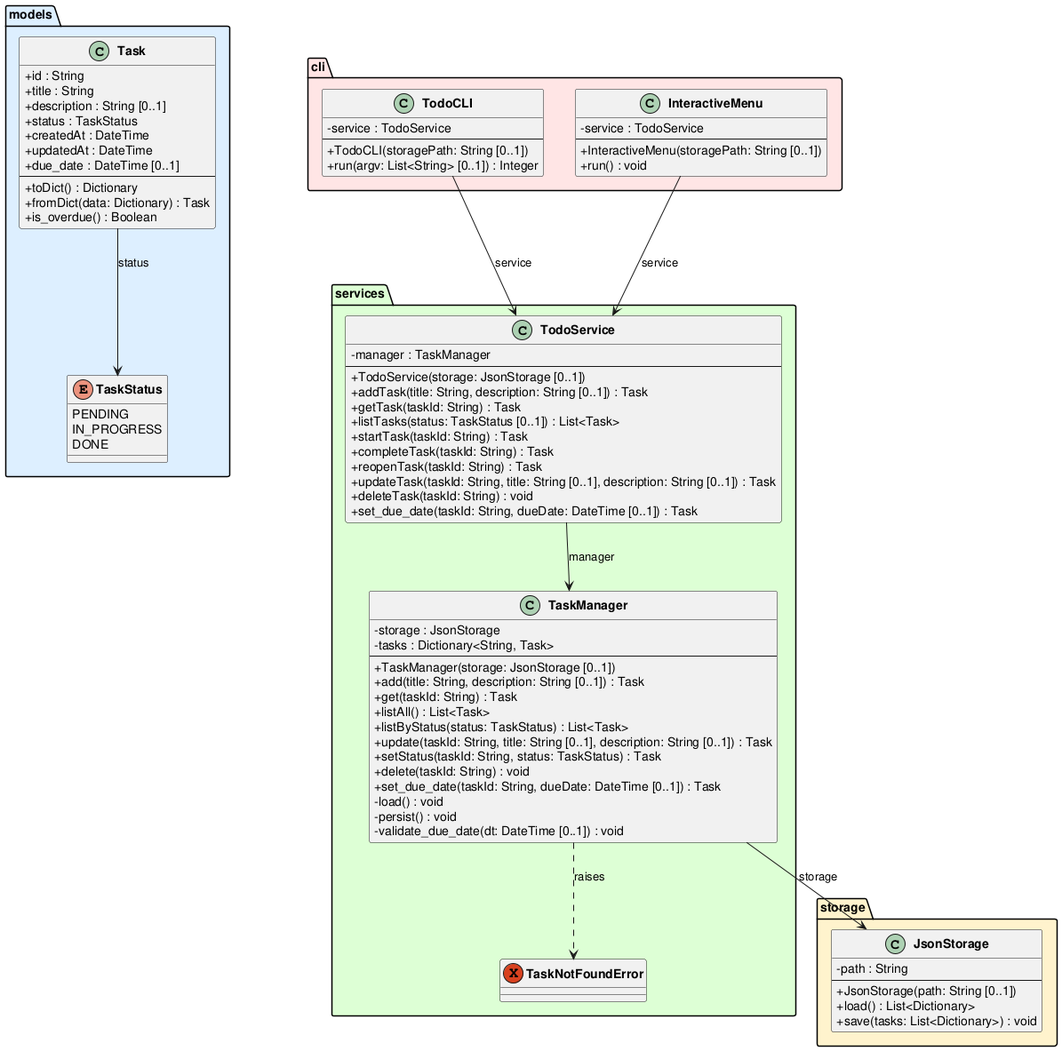
The PlantUML diagram experiments/supervisor_as_tools/structured_text/TODO/artifacts/class_diagram.png in DanielRiha8906/Software_autoevolution_using_agents, before a commit.
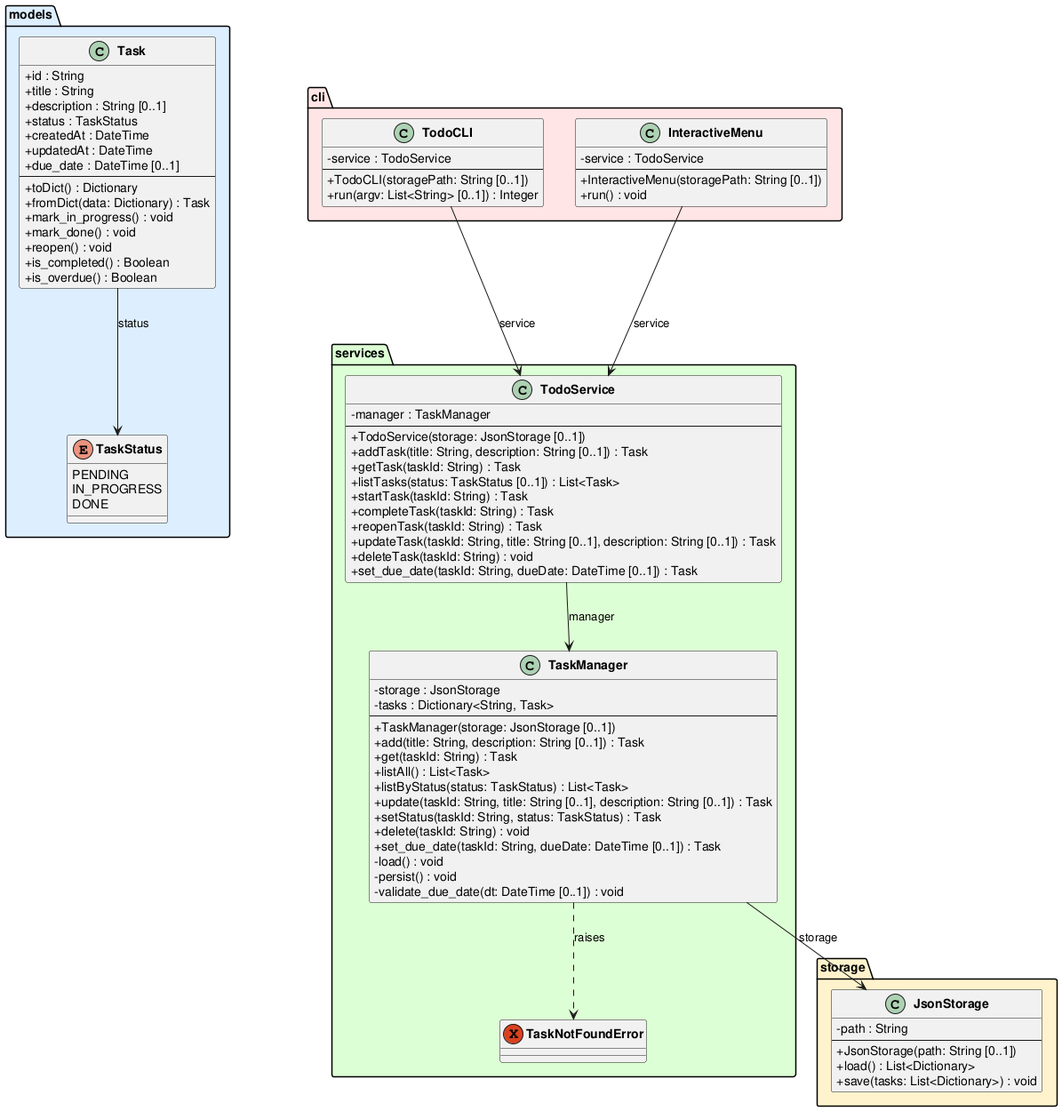
The same diagram one commit later.

Diff of the diagram source:
```diff
@@ -21,6 +21,10 @@
         --
         +toDict() : Dictionary
         +fromDict(data: Dictionary) : Task
+        +mark_in_progress() : void
+        +mark_done() : void
+        +reopen() : void
+        +is_completed() : Boolean
         +is_overdue() : Boolean
     }
 }
```
